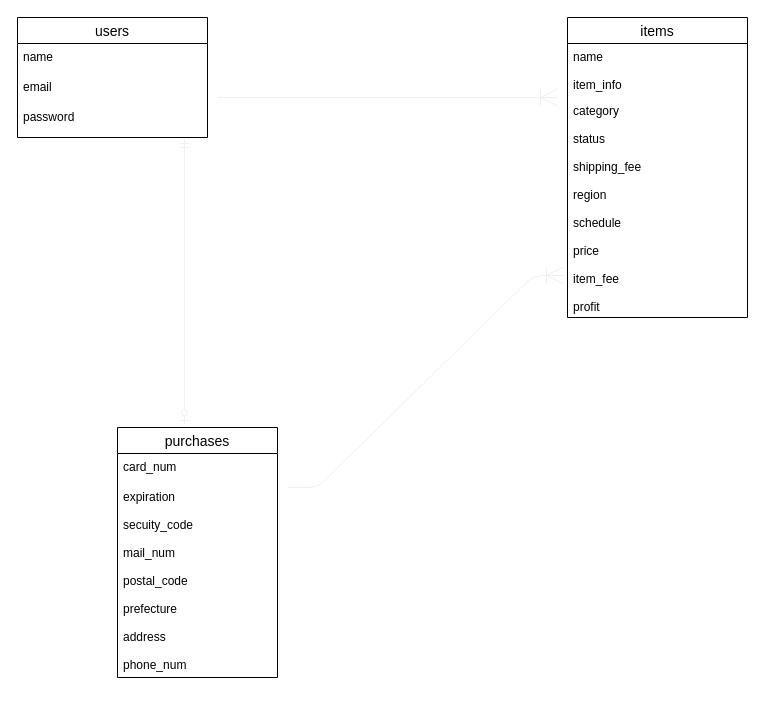
Before: test.dio in kkkzm10/furima-34550, a draw.io diagram. Source tidied: cells renumbered, new cells numbered last; positions are measured from the earlier drawing's top-left corner, leaving out a move shared by most shapes. Both pictures are drawn from the tidied source at 100%, with x=0, y=0 at pixel (17, 17).
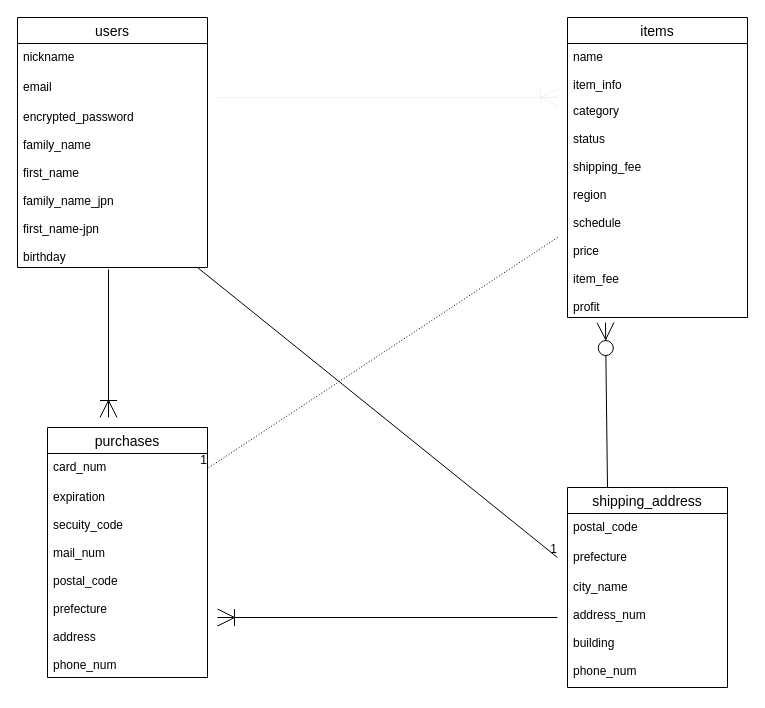
The same page after the edit.

Commit message (it also covers changes not shown here):
ER図、テーブル設計の修正

The change refers to these unchanged cells:
```xml
<mxCell id="8" value="category&#10;&#10;status&#10;&#10;shipping_fee&#10;&#10;region&#10;&#10;schedule&#10;&#10;price&#10;&#10;item_fee&#10;&#10;profit&#10;&#10;&#10;" style="text;strokeColor=none;fillColor=none;spacingLeft=4;spacingRight=4;overflow=hidden;points=[[0,0.5],[1,0.5]];portConstraint=eastwest;fontSize=12;" parent="6" vertex="1">
  <mxGeometry y="80" width="180" height="220" as="geometry" />
</mxCell>
<mxCell id="10" value="card_num" style="text;strokeColor=none;fillColor=none;spacingLeft=4;spacingRight=4;overflow=hidden;points=[[0,0.5],[1,0.5]];portConstraint=eastwest;fontSize=12;" parent="9" vertex="1">
  <mxGeometry y="26" width="160" height="30" as="geometry" />
</mxCell>
```

What changed in the source:
```diff
@@
     <mxCell id="2" value="users" style="swimlane;fontStyle=0;horizontal=1;startSize=26;align=center;fontSize=14;" parent="1" vertex="1">
-      <mxGeometry width="190" height="120" as="geometry" />
+      <mxGeometry width="190" height="250" as="geometry" />
     </mxCell>
-    <mxCell id="3" value="name" style="text;strokeColor=none;fillColor=none;spacingLeft=4;spacingRight=4;overflow=hidden;fontSize=12;" parent="2" vertex="1">
+    <mxCell id="3" value="nickname" style="text;strokeColor=none;fillColor=none;spacingLeft=4;spacingRight=4;overflow=hidden;fontSize=12;" parent="2" vertex="1">
       <mxGeometry y="26" width="190" height="30" as="geometry" />
     </mxCell>
@@
-    <mxCell id="5" value="password" style="text;strokeColor=none;fillColor=none;spacingLeft=4;spacingRight=4;overflow=hidden;points=[[0,0.5],[1,0.5]];portConstraint=eastwest;fontSize=12;" parent="2" vertex="1">
-      <mxGeometry y="86" width="190" height="34" as="geometry" />
+    <mxCell id="5" value="encrypted_password &#10;&#10;family_name&#10;&#10;first_name&#10;&#10;family_name_jpn&#10;&#10;first_name-jpn&#10;&#10;birthday" style="text;strokeColor=none;fillColor=none;spacingLeft=4;spacingRight=4;overflow=hidden;points=[[0,0.5],[1,0.5]];portConstraint=eastwest;fontSize=12;" parent="2" vertex="1">
+      <mxGeometry y="86" width="190" height="164" as="geometry" />
     </mxCell>
@@
     <mxCell id="9" value="purchases" style="swimlane;fontStyle=0;horizontal=1;startSize=26;align=center;fontSize=14;" parent="1" vertex="1">
-      <mxGeometry x="100" y="410" width="160" height="250" as="geometry" />
+      <mxGeometry x="30" y="410" width="160" height="250" as="geometry" />
     </mxCell>
@@
-    <mxCell id="13" style="fontSize=12;html=1;endArrow=ERzeroToOne;startArrow=ERmandOne;strokeColor=#f0f0f0;entryX=0.419;entryY=-0.012;entryDx=0;entryDy=0;entryPerimeter=0;exitX=0.879;exitY=1.059;exitDx=0;exitDy=0;exitPerimeter=0;" parent="1" edge="1" source="5" target="9">
-      <mxGeometry relative="1" as="geometry" />
-    </mxCell>
-    <mxCell id="14" style="edgeStyle=entityRelationEdgeStyle;fontSize=12;html=1;endArrow=ERoneToMany;strokeColor=#f0f0f0;entryX=-0.022;entryY=0.809;entryDx=0;entryDy=0;entryPerimeter=0;endSize=15;" parent="1" edge="1" target="8">
-      <mxGeometry relative="1" as="geometry">
-        <mxPoint x="270" y="470" as="sourcePoint" />
-      </mxGeometry>
-    </mxCell>
+    <mxCell id="15" value="shipping_address" style="swimlane;fontStyle=0;horizontal=1;startSize=26;align=center;fontSize=14;" parent="1" vertex="1">
+      <mxGeometry x="550" y="470" width="160" height="200" as="geometry" />
+    </mxCell>
+    <mxCell id="16" value="postal_code" style="text;strokeColor=none;fillColor=none;spacingLeft=4;spacingRight=4;overflow=hidden;fontSize=12;" parent="15" vertex="1">
+      <mxGeometry y="26" width="160" height="30" as="geometry" />
+    </mxCell>
+    <mxCell id="17" value="prefecture" style="text;strokeColor=none;fillColor=none;spacingLeft=4;spacingRight=4;overflow=hidden;fontSize=12;" parent="15" vertex="1">
+      <mxGeometry y="56" width="160" height="30" as="geometry" />
+    </mxCell>
+    <mxCell id="18" value="city_name&#10;&#10;address_num&#10;&#10;building&#10;&#10;phone_num&#10;&#10;" style="text;strokeColor=none;fillColor=none;spacingLeft=4;spacingRight=4;overflow=hidden;fontSize=12;" parent="15" vertex="1">
+      <mxGeometry y="86" width="160" height="114" as="geometry" />
+    </mxCell>
+    <mxCell id="19" style="fontSize=12;html=1;endArrow=ERoneToMany;exitX=0.479;exitY=1.012;exitDx=0;exitDy=0;exitPerimeter=0;endSize=15;" parent="1" edge="1" source="5">
+      <mxGeometry relative="1" as="geometry">
+        <mxPoint x="91" y="400" as="targetPoint" />
+      </mxGeometry>
+    </mxCell>
+    <mxCell id="20" style="endArrow=none;html=1;rounded=0;" parent="1" edge="1">
+      <mxGeometry relative="1" as="geometry">
+        <mxPoint x="180" y="250" as="sourcePoint" />
+        <mxPoint x="540" y="540" as="targetPoint" />
+      </mxGeometry>
+    </mxCell>
+    <mxCell id="21" value="1" style="html=1;align=right;verticalAlign=bottom;" parent="20" vertex="1">
+      <mxGeometry x="1" relative="1" as="geometry" />
+    </mxCell>
+    <mxCell id="22" style="endArrow=none;html=1;rounded=0;dashed=1;dashPattern=1 2;entryX=1;entryY=0.5;entryDx=0;entryDy=0;" parent="1" edge="1" target="10">
+      <mxGeometry relative="1" as="geometry">
+        <mxPoint x="540" y="220" as="sourcePoint" />
+      </mxGeometry>
+    </mxCell>
+    <mxCell id="23" value="1" style="html=1;align=right;verticalAlign=bottom;" parent="22" vertex="1">
+      <mxGeometry x="1" relative="1" as="geometry" />
+    </mxCell>
+    <mxCell id="24" style="fontSize=12;html=1;endArrow=ERzeroToMany;endFill=1;entryX=0.211;entryY=1.023;entryDx=0;entryDy=0;entryPerimeter=0;endSize=15;" parent="1" edge="1" target="8">
+      <mxGeometry relative="1" as="geometry">
+        <mxPoint x="590" y="470" as="sourcePoint" />
+      </mxGeometry>
+    </mxCell>
+    <mxCell id="25" style="fontSize=12;html=1;endArrow=ERoneToMany;endSize=15;" parent="1" edge="1">
+      <mxGeometry relative="1" as="geometry">
+        <mxPoint x="540" y="600" as="sourcePoint" />
+        <mxPoint x="200" y="600" as="targetPoint" />
+      </mxGeometry>
+    </mxCell>
```
